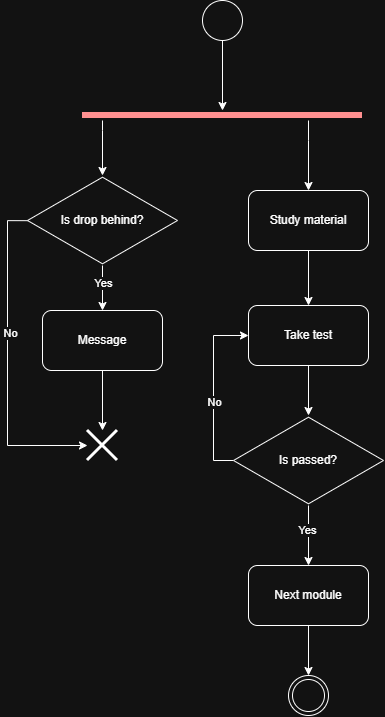
The draw.io diagram activity.drawio.png in vladkuz54/doc, before a commit. Source tidied: cells renumbered, new cells last; positions are measured from the earlier drawing's top-left corner, leaving out a move shared by most shapes.
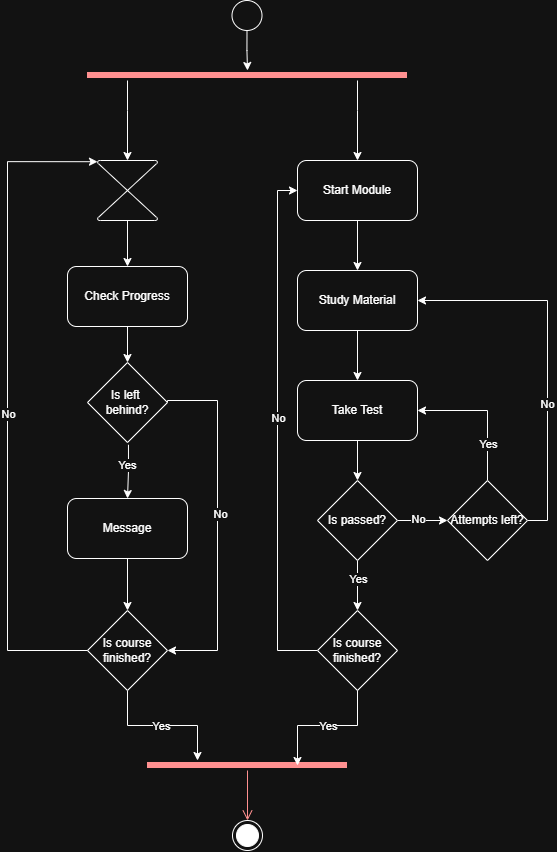
The same file after the commit.

Change to the diagram source:
```diff
@@ -2,104 +2,168 @@
   <root>
     <mxCell id="0" />
     <mxCell id="1" parent="0" />
-    <mxCell id="2" style="edgeStyle=orthogonalEdgeStyle;rounded=0;jettySize=auto;html=1;" parent="1" edge="1" source="3" target="18">
+    <mxCell id="2" style="edgeStyle=orthogonalEdgeStyle;rounded=0;jettySize=auto;html=1;" parent="1" edge="1" source="3" target="5">
       <mxGeometry relative="1" as="geometry" />
     </mxCell>
-    <mxCell id="3" style="ellipse;whiteSpace=wrap;html=1;" parent="1" vertex="1">
-      <mxGeometry x="195" width="40" height="40" as="geometry" />
+    <mxCell id="3" style="ellipse;" parent="1" vertex="1">
+      <mxGeometry x="304.5" y="10" width="30" height="30" as="geometry" />
     </mxCell>
-    <mxCell id="4" style="ellipse;shape=doubleEllipse;whiteSpace=wrap;html=1;" parent="1" vertex="1">
-      <mxGeometry x="281" y="675" width="40" height="40" as="geometry" />
+    <mxCell id="4" style="edgeStyle=orthogonalEdgeStyle;rounded=0;jettySize=auto;html=1;entryX=0.5;entryY=0;entryDx=0;entryDy=0;" parent="1" edge="1" source="5" target="34">
+      <mxGeometry relative="1" as="geometry">
+        <Array as="points">
+          <mxPoint x="430" y="120" />
+          <mxPoint x="430" y="120" />
+        </Array>
+      </mxGeometry>
     </mxCell>
-    <mxCell id="5" style="edgeStyle=orthogonalEdgeStyle;rounded=0;jettySize=auto;html=1;" parent="1" edge="1" source="6" target="8">
-      <mxGeometry relative="1" as="geometry" />
+    <mxCell id="5" style="shape=line;html=1;strokeWidth=6;strokeColor=#ff0000;" parent="1" vertex="1">
+      <mxGeometry x="160" y="80" width="320" height="10" as="geometry" />
     </mxCell>
-    <mxCell id="6" value="Study material" style="rounded=1;whiteSpace=wrap;html=1;" parent="1" vertex="1">
-      <mxGeometry x="241" y="190" width="120" height="60" as="geometry" />
+    <mxCell id="6" style="edgeStyle=orthogonalEdgeStyle;rounded=0;jettySize=auto;html=1;" parent="1" edge="1" source="7" target="9">
+      <mxGeometry relative="1" as="geometry" />
     </mxCell>
-    <mxCell id="7" style="edgeStyle=orthogonalEdgeStyle;rounded=0;jettySize=auto;html=1;" parent="1" edge="1" source="8" target="15">
-      <mxGeometry relative="1" as="geometry" />
+    <mxCell id="7" style="verticalLabelPosition=bottom;verticalAlign=top;html=1;shape=mxgraph.flowchart.collate;" parent="1" vertex="1">
+      <mxGeometry x="170" y="170" width="60" height="60" as="geometry" />
     </mxCell>
-    <mxCell id="8" value="Take test" style="rounded=1;whiteSpace=wrap;html=1;" parent="1" vertex="1">
-      <mxGeometry x="241" y="305" width="120" height="60" as="geometry" />
+    <mxCell id="8" style="edgeStyle=orthogonalEdgeStyle;rounded=0;jettySize=auto;html=1;entryX=0.5;entryY=0;entryDx=0;entryDy=0;" parent="1" edge="1" source="9" target="46">
+      <mxGeometry relative="1" as="geometry" />
     </mxCell>
-    <mxCell id="9" style="edgeStyle=orthogonalEdgeStyle;rounded=0;jettySize=auto;html=1;entryX=0.5;entryY=0;entryDx=0;entryDy=0;" parent="1" edge="1" source="10" target="4">
-      <mxGeometry relative="1" as="geometry" />
+    <mxCell id="9" value="Check Progress" style="rounded=1;whiteSpace=wrap;html=1;" parent="1" vertex="1">
+      <mxGeometry x="140" y="276" width="120" height="60" as="geometry" />
     </mxCell>
-    <mxCell id="10" value="Next module" style="rounded=1;whiteSpace=wrap;html=1;" parent="1" vertex="1">
-      <mxGeometry x="241" y="565" width="120" height="60" as="geometry" />
+    <mxCell id="10" style="edgeStyle=orthogonalEdgeStyle;rounded=0;jettySize=auto;html=1;exitX=0.512;exitY=1.028;exitDx=0;exitDy=0;exitPerimeter=0;" parent="1" edge="1" source="46" target="15">
+      <mxGeometry relative="1" as="geometry" />
     </mxCell>
-    <mxCell id="11" style="edgeStyle=orthogonalEdgeStyle;rounded=0;jettySize=auto;html=1;entryX=0.5;entryY=0;entryDx=0;entryDy=0;" parent="1" edge="1" source="15" target="10">
-      <mxGeometry relative="1" as="geometry" />
+    <mxCell id="11" value="Yes" style="edgeLabel;html=1;align=center;verticalAlign=middle;" parent="10" vertex="1">
+      <mxGeometry x="-0.26" y="-2" relative="1" as="geometry" />
     </mxCell>
-    <mxCell id="12" value="Yes" style="edgeLabel;html=1;align=center;verticalAlign=middle;" parent="11" vertex="1">
-      <mxGeometry x="-0.17" y="-2" relative="1" as="geometry" />
+    <mxCell id="12" style="edgeStyle=orthogonalEdgeStyle;rounded=0;jettySize=auto;html=1;entryX=0.5;entryY=0;entryDx=0;entryDy=0;exitX=1;exitY=0.5;exitDx=0;exitDy=0;" parent="1" edge="1" source="46" target="42">
+      <mxGeometry relative="1" as="geometry">
+        <Array as="points">
+          <mxPoint x="240" y="410" />
+          <mxPoint x="290" y="410" />
+          <mxPoint x="290" y="660" />
+        </Array>
+      </mxGeometry>
     </mxCell>
-    <mxCell id="13" style="edgeStyle=orthogonalEdgeStyle;rounded=0;jettySize=auto;html=1;entryX=0;entryY=0.5;entryDx=0;entryDy=0;" parent="1" edge="1" source="15" target="8">
-      <mxGeometry relative="1" as="geometry">
-        <Array as="points">
-          <mxPoint x="206" y="460" />
-          <mxPoint x="206" y="335" />
-        </Array>
-      </mxGeometry>
+    <mxCell id="13" value="No" style="edgeLabel;html=1;align=center;verticalAlign=middle;" parent="12" vertex="1">
+      <mxGeometry x="-0.06" y="2" relative="1" as="geometry" />
     </mxCell>
-    <mxCell id="14" value="No" style="edgeLabel;html=1;align=center;verticalAlign=middle;" parent="13" vertex="1">
-      <mxGeometry x="-0.18" y="-4" relative="1" as="geometry">
-        <mxPoint x="-4" y="-4" as="offset" />
-      </mxGeometry>
+    <mxCell id="14" style="edgeStyle=orthogonalEdgeStyle;rounded=0;jettySize=auto;html=1;" parent="1" edge="1" source="15" target="42">
+      <mxGeometry relative="1" as="geometry" />
     </mxCell>
-    <mxCell id="15" value="Is passed?" style="html=1;whiteSpace=wrap;shape=isoRectangle;" parent="1" vertex="1">
-      <mxGeometry x="226" y="415" width="150" height="90" as="geometry" />
+    <mxCell id="15" value="&lt;span&gt;Message&lt;/span&gt;" style="rounded=1;whiteSpace=wrap;html=1;" parent="1" vertex="1">
+      <mxGeometry x="140" y="508" width="120" height="60" as="geometry" />
     </mxCell>
-    <mxCell id="16" style="edgeStyle=orthogonalEdgeStyle;rounded=0;jettySize=auto;html=1;" parent="1" edge="1" source="18" target="23">
-      <mxGeometry relative="1" as="geometry">
-        <Array as="points">
-          <mxPoint x="95" y="130" />
-          <mxPoint x="95" y="130" />
-        </Array>
-      </mxGeometry>
+    <mxCell id="16" style="edgeStyle=orthogonalEdgeStyle;rounded=0;jettySize=auto;html=1;" parent="1" edge="1" source="17" target="22">
+      <mxGeometry relative="1" as="geometry" />
     </mxCell>
-    <mxCell id="17" style="edgeStyle=orthogonalEdgeStyle;rounded=0;jettySize=auto;html=1;" parent="1" edge="1" source="18" target="6">
-      <mxGeometry relative="1" as="geometry">
-        <Array as="points">
-          <mxPoint x="301" y="140" />
-          <mxPoint x="301" y="140" />
-        </Array>
-      </mxGeometry>
+    <mxCell id="17" value="Take Test" style="rounded=1;whiteSpace=wrap;html=1;" parent="1" vertex="1">
+      <mxGeometry x="370" y="390" width="120" height="60" as="geometry" />
     </mxCell>
-    <mxCell id="18" style="shape=line;html=1;strokeWidth=6;strokeColor=#ff0000;direction=east;" parent="1" vertex="1">
-      <mxGeometry x="75" y="110" width="280" height="10" as="geometry" />
+    <mxCell id="18" style="edgeStyle=orthogonalEdgeStyle;rounded=0;jettySize=auto;html=1;entryX=0.5;entryY=0;entryDx=0;entryDy=0;" parent="1" edge="1" source="22" target="32">
+      <mxGeometry relative="1" as="geometry" />
     </mxCell>
-    <mxCell id="19" style="edgeStyle=orthogonalEdgeStyle;rounded=0;jettySize=auto;html=1;" parent="1" edge="1" source="23" target="25">
-      <mxGeometry relative="1" as="geometry" />
+    <mxCell id="19" value="Yes" style="edgeLabel;html=1;align=center;verticalAlign=middle;" parent="18" vertex="1">
+      <mxGeometry x="-0.27" y="2" relative="1" as="geometry">
+        <mxPoint x="-2" as="offset" />
+      </mxGeometry>
     </mxCell>
-    <mxCell id="20" value="Yes" style="edgeLabel;html=1;align=center;verticalAlign=middle;" parent="19" vertex="1">
-      <mxGeometry x="-0.49" y="-1" relative="1" as="geometry">
-        <mxPoint x="1" y="6" as="offset" />
-      </mxGeometry>
+    <mxCell id="20" style="edgeStyle=orthogonalEdgeStyle;rounded=0;jettySize=auto;html=1;" parent="1" edge="1" source="22" target="29">
+      <mxGeometry relative="1" as="geometry" />
     </mxCell>
-    <mxCell id="21" style="edgeStyle=orthogonalEdgeStyle;rounded=0;jettySize=auto;html=1;exitX=0.005;exitY=0.502;exitDx=0;exitDy=0;exitPerimeter=0;" parent="1" edge="1" source="23" target="26">
-      <mxGeometry relative="1" as="geometry">
-        <Array as="points">
-          <mxPoint y="220" />
-          <mxPoint y="445" />
-        </Array>
-      </mxGeometry>
+    <mxCell id="21" value="No" style="edgeLabel;html=1;align=center;verticalAlign=middle;" parent="20" vertex="1">
+      <mxGeometry x="-0.2" y="2" relative="1" as="geometry" />
     </mxCell>
-    <mxCell id="22" value="No" style="edgeLabel;html=1;align=center;verticalAlign=middle;points=[];" parent="21" vertex="1">
-      <mxGeometry x="-0.18" y="2" relative="1" as="geometry" />
+    <mxCell id="22" value="Is passed?" style="rhombus;whiteSpace=wrap;html=1;" parent="1" vertex="1">
+      <mxGeometry x="390" y="490" width="80" height="80" as="geometry" />
     </mxCell>
-    <mxCell id="23" value="Is drop behind?" style="html=1;whiteSpace=wrap;shape=isoRectangle;" parent="1" vertex="1">
-      <mxGeometry x="20" y="175" width="150" height="90" as="geometry" />
+    <mxCell id="23" style="edgeStyle=orthogonalEdgeStyle;rounded=0;jettySize=auto;html=1;" parent="1" edge="1" source="24" target="17">
+      <mxGeometry relative="1" as="geometry" />
     </mxCell>
-    <mxCell id="24" style="edgeStyle=orthogonalEdgeStyle;rounded=0;jettySize=auto;html=1;" parent="1" edge="1" source="25" target="26">
-      <mxGeometry relative="1" as="geometry" />
+    <mxCell id="24" value="Study Material" style="rounded=1;whiteSpace=wrap;html=1;" parent="1" vertex="1">
+      <mxGeometry x="370" y="280" width="120" height="60" as="geometry" />
     </mxCell>
-    <mxCell id="25" value="Message" style="rounded=1;whiteSpace=wrap;html=1;" parent="1" vertex="1">
-      <mxGeometry x="35" y="310" width="120" height="60" as="geometry" />
+    <mxCell id="25" style="edgeStyle=orthogonalEdgeStyle;rounded=0;jettySize=auto;html=1;entryX=1;entryY=0.5;entryDx=0;entryDy=0;exitX=0.5;exitY=0;exitDx=0;exitDy=0;" parent="1" edge="1" source="29" target="17">
+      <mxGeometry relative="1" as="geometry" />
     </mxCell>
-    <mxCell id="26" style="shape=umlDestroy;whiteSpace=wrap;html=1;strokeWidth=3;targetShapes=umlLifeline;" parent="1" vertex="1">
-      <mxGeometry x="80" y="430" width="30" height="30" as="geometry" />
+    <mxCell id="26" value="Yes" style="edgeLabel;html=1;align=center;verticalAlign=middle;points=[];" parent="25" vertex="1">
+      <mxGeometry x="-0.46" relative="1" as="geometry" />
     </mxCell>
+    <mxCell id="27" style="edgeStyle=orthogonalEdgeStyle;rounded=0;jettySize=auto;html=1;entryX=1;entryY=0.5;entryDx=0;entryDy=0;exitX=1;exitY=0.5;exitDx=0;exitDy=0;" parent="1" edge="1" source="29" target="24">
+      <mxGeometry relative="1" as="geometry" />
+    </mxCell>
+    <mxCell id="28" value="No" style="edgeLabel;html=1;align=center;verticalAlign=middle;" parent="27" vertex="1">
+      <mxGeometry x="-0.26" y="1" relative="1" as="geometry" />
+    </mxCell>
+    <mxCell id="29" value="Attempts left?" style="rhombus;whiteSpace=wrap;html=1;" parent="1" vertex="1">
+      <mxGeometry x="520" y="490" width="80" height="80" as="geometry" />
+    </mxCell>
+    <mxCell id="30" style="edgeStyle=orthogonalEdgeStyle;rounded=0;jettySize=auto;html=1;entryX=0;entryY=0.5;entryDx=0;entryDy=0;exitX=0;exitY=0.5;exitDx=0;exitDy=0;" parent="1" edge="1" source="32" target="34">
+      <mxGeometry relative="1" as="geometry" />
+    </mxCell>
+    <mxCell id="31" value="No" style="edgeLabel;html=1;align=center;verticalAlign=middle;" parent="30" vertex="1">
+      <mxGeometry x="0.05" relative="1" as="geometry" />
+    </mxCell>
+    <mxCell id="32" value="Is course finished?" style="rhombus;whiteSpace=wrap;html=1;" parent="1" vertex="1">
+      <mxGeometry x="390" y="620" width="80" height="80" as="geometry" />
+    </mxCell>
+    <mxCell id="33" style="edgeStyle=orthogonalEdgeStyle;rounded=0;jettySize=auto;html=1;" parent="1" edge="1" source="34" target="24">
+      <mxGeometry relative="1" as="geometry" />
+    </mxCell>
+    <mxCell id="34" value="Start Module" style="rounded=1;whiteSpace=wrap;html=1;" parent="1" vertex="1">
+      <mxGeometry x="370" y="170" width="120" height="60" as="geometry" />
+    </mxCell>
+    <mxCell id="35" style="shape=line;html=1;strokeWidth=6;strokeColor=#ff0000;" parent="1" vertex="1">
+      <mxGeometry x="220" y="770" width="200" height="10" as="geometry" />
+    </mxCell>
+    <mxCell id="36" style="edgeStyle=orthogonalEdgeStyle;html=1;verticalAlign=bottom;endArrow=open;endSize=8;strokeColor=#ff0000;rounded=0;entryX=0.5;entryY=0;entryDx=0;entryDy=0;" parent="1" edge="1" source="35" target="45">
+      <mxGeometry relative="1" as="geometry" />
+    </mxCell>
+    <mxCell id="37" style="edgeStyle=orthogonalEdgeStyle;rounded=0;jettySize=auto;html=1;entryX=0.75;entryY=0.5;entryDx=0;entryDy=0;entryPerimeter=0;" parent="1" edge="1" source="32" target="35">
+      <mxGeometry relative="1" as="geometry" />
+    </mxCell>
+    <mxCell id="38" value="Yes" style="edgeLabel;html=1;align=center;verticalAlign=middle;" parent="37" vertex="1">
+      <mxGeometry x="-0.04" relative="1" as="geometry" />
+    </mxCell>
+    <mxCell id="39" style="edgeStyle=orthogonalEdgeStyle;rounded=0;jettySize=auto;html=1;entryX=0.5;entryY=0;entryDx=0;entryDy=0;entryPerimeter=0;" parent="1" edge="1" source="5" target="7">
+      <mxGeometry relative="1" as="geometry">
+        <Array as="points">
+          <mxPoint x="200" y="120" />
+          <mxPoint x="200" y="120" />
+        </Array>
+      </mxGeometry>
+    </mxCell>
+    <mxCell id="40" style="edgeStyle=orthogonalEdgeStyle;rounded=0;jettySize=auto;html=1;" parent="1" edge="1" source="42" target="35">
+      <mxGeometry relative="1" as="geometry">
+        <Array as="points">
+          <mxPoint x="200" y="735" />
+          <mxPoint x="270" y="735" />
+        </Array>
+      </mxGeometry>
+    </mxCell>
+    <mxCell id="41" value="Yes" style="edgeLabel;html=1;align=center;verticalAlign=middle;" parent="40" vertex="1">
+      <mxGeometry x="-0.02" relative="1" as="geometry" />
+    </mxCell>
+    <mxCell id="42" value="Is course finished?" style="rhombus;whiteSpace=wrap;html=1;direction=south;" parent="1" vertex="1">
+      <mxGeometry x="160" y="620" width="80" height="80" as="geometry" />
+    </mxCell>
+    <mxCell id="43" style="edgeStyle=orthogonalEdgeStyle;rounded=0;jettySize=auto;html=1;entryX=0;entryY=0.02;entryDx=0;entryDy=0;entryPerimeter=0;exitX=0.5;exitY=1;exitDx=0;exitDy=0;" parent="1" edge="1" source="42" target="7">
+      <mxGeometry relative="1" as="geometry">
+        <Array as="points">
+          <mxPoint x="80" y="660" />
+          <mxPoint x="80" y="171" />
+        </Array>
+      </mxGeometry>
+    </mxCell>
+    <mxCell id="44" value="No" style="edgeLabel;html=1;align=center;verticalAlign=middle;" parent="43" vertex="1">
+      <mxGeometry x="-0.04" relative="1" as="geometry" />
+    </mxCell>
+    <mxCell id="45" style="ellipse;html=1;shape=endState;fillColor=strokeColor;" parent="1" vertex="1">
+      <mxGeometry x="305" y="830" width="30" height="30" as="geometry" />
+    </mxCell>
+    <mxCell id="46" value="Is left&amp;nbsp;&lt;div&gt;behind?&lt;/div&gt;" style="rhombus;whiteSpace=wrap;html=1;" parent="1" vertex="1">
+      <mxGeometry x="160" y="372" width="80" height="80" as="geometry" />
+    </mxCell>
   </root>
 </mxGraphModel>
```
